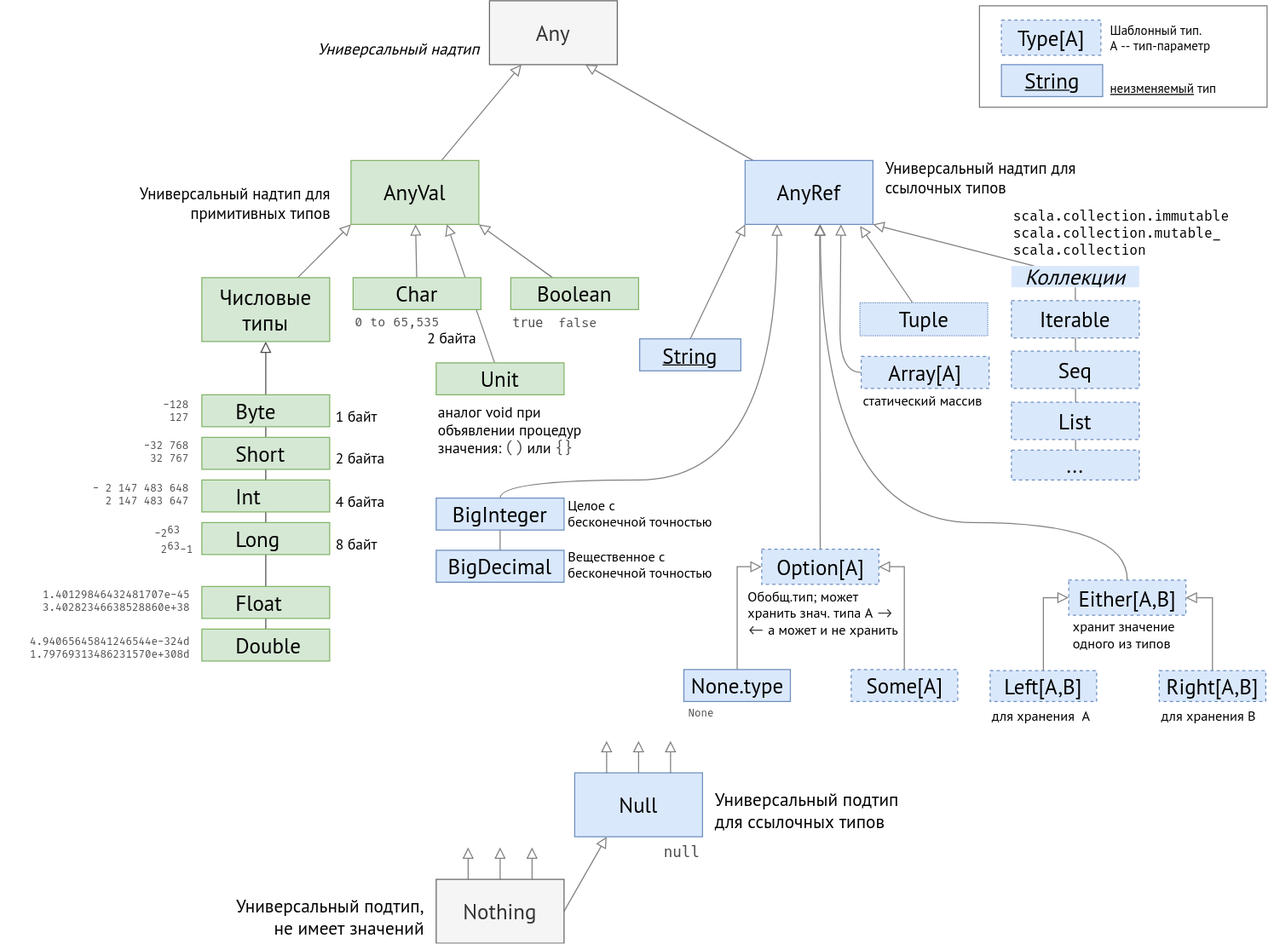
ivtipm/BigDataLanguages keeps this draw.io diagram as scala/ScalaTypes.drawio.png. Above is the earlier version. Source tidied: cells renumbered, new cells last; positions are measured from the earlier drawing's top-left corner, leaving out a move shared by most shapes.
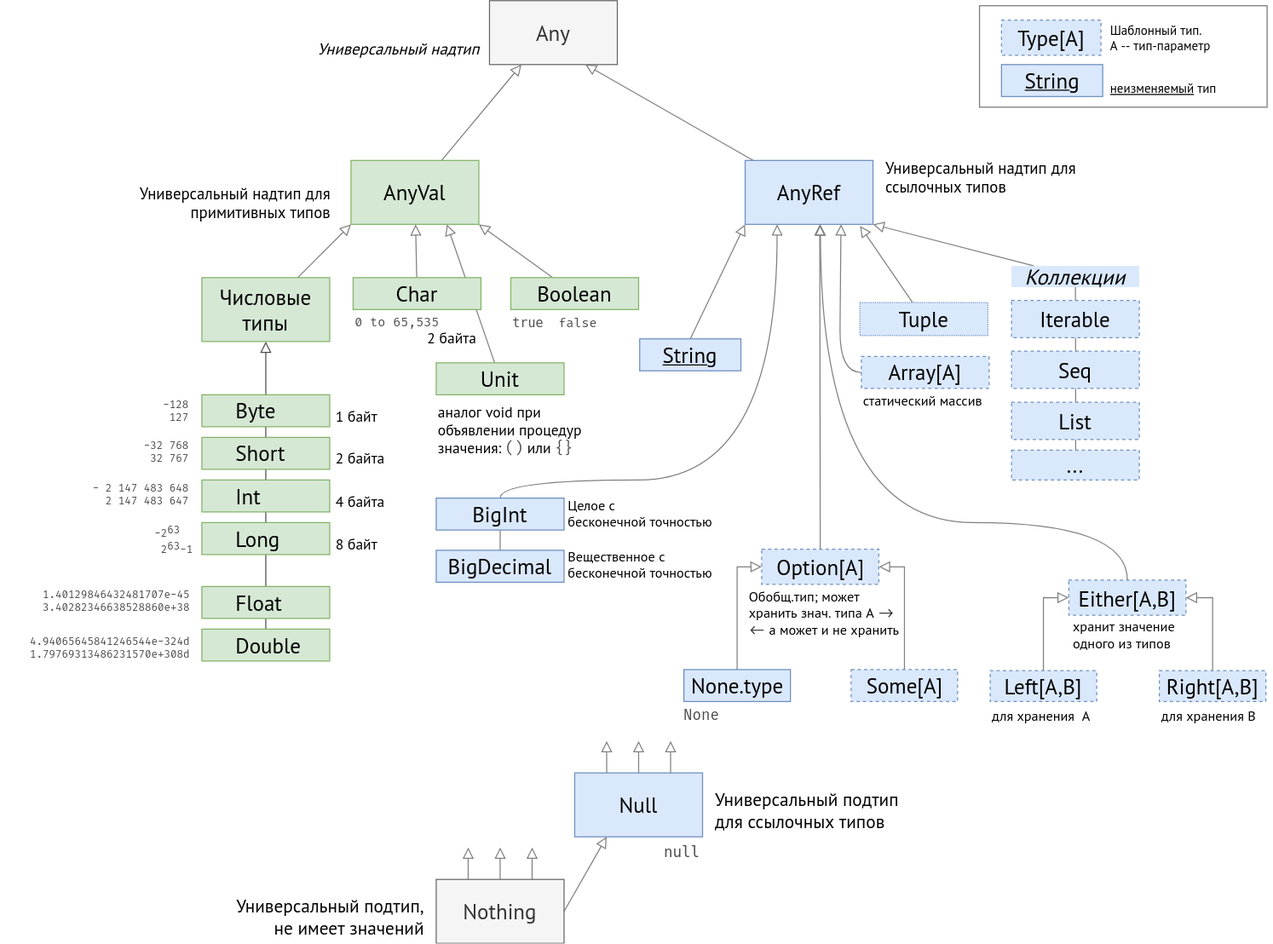
After the commit.

Commit message:
upd: scala data types diagr

What changed in the source:
```diff
@@ -257,8 +257,8 @@
     <mxCell id="76" value="Array[A]" style="whiteSpace=wrap;html=1;strokeColor=#6c8ebf;fontFamily=PT Sans;fontSource=https%3A%2F%2Ffonts.googleapis.com%2Fcss%3Ffamily%3DPT%2BSans;fontSize=20;fillColor=#dae8fc;dashed=1;" parent="1" vertex="1">
       <mxGeometry x="808" y="334" width="120" height="30" as="geometry" />
     </mxCell>
-    <mxCell id="77" value="None" style="text;whiteSpace=wrap;html=1;fontSize=10;fontFamily=Fira Code;fontColor=#4D4D4D;align=right;" parent="1" vertex="1">
-      <mxGeometry x="641.5" y="656" width="30" height="20" as="geometry" />
+    <mxCell id="77" value="None" style="text;whiteSpace=wrap;html=1;fontSize=14;fontFamily=Fira Code;fontColor=#4D4D4D;align=right;" parent="1" vertex="1">
+      <mxGeometry x="642.5" y="656" width="33.5" height="24" as="geometry" />
     </mxCell>
     <mxCell id="78" value="Either[A,B]" style="whiteSpace=wrap;html=1;strokeColor=#6c8ebf;fontFamily=PT Sans;fontSource=https%3A%2F%2Ffonts.googleapis.com%2Fcss%3Ffamily%3DPT%2BSans;fontSize=20;fillColor=#dae8fc;dashed=1;" parent="1" vertex="1">
       <mxGeometry x="1002.8" y="544" width="110" height="33" as="geometry" />
@@ -298,7 +298,7 @@
         </Array>
       </mxGeometry>
     </mxCell>
-    <mxCell id="89" value="BigInteger" style="whiteSpace=wrap;html=1;strokeColor=#6c8ebf;fontFamily=PT Sans;fontSource=https%3A%2F%2Ffonts.googleapis.com%2Fcss%3Ffamily%3DPT%2BSans;fontSize=20;fillColor=#dae8fc;" parent="1" vertex="1">
+    <mxCell id="89" value="BigInt" style="whiteSpace=wrap;html=1;strokeColor=#6c8ebf;fontFamily=PT Sans;fontSource=https%3A%2F%2Ffonts.googleapis.com%2Fcss%3Ffamily%3DPT%2BSans;fontSize=20;fillColor=#dae8fc;" parent="1" vertex="1">
       <mxGeometry x="409" y="467" width="120" height="30" as="geometry" />
     </mxCell>
     <mxCell id="90" value="Целое с &lt;br style=&quot;font-size: 13px;&quot;&gt;бесконечной точностью" style="text;whiteSpace=wrap;html=1;fontSize=13;fontFamily=PT Sans;fontColor=default;verticalAlign=middle;align=left;shadow=0;" parent="1" vertex="1">
@@ -325,8 +325,5 @@
     <mxCell id="97" value="..." style="whiteSpace=wrap;html=1;strokeColor=#6c8ebf;fontFamily=PT Sans;fontSource=https%3A%2F%2Ffonts.googleapis.com%2Fcss%3Ffamily%3DPT%2BSans;fontSize=20;fillColor=#dae8fc;rotation=0;dashed=1;" parent="1" vertex="1">
       <mxGeometry x="949" y="422" width="120" height="28" as="geometry" />
     </mxCell>
-    <mxCell id="98" value="&lt;font face=&quot;Fira Code&quot;&gt;scala.collection.immutable&lt;/font&gt;&lt;div&gt;&lt;font face=&quot;Fira Code&quot;&gt;scala.collection.mutable_&lt;/font&gt;&lt;/div&gt;&lt;div&gt;&lt;font face=&quot;Fira Code&quot;&gt;scala.collection&lt;/font&gt;&lt;/div&gt;" style="text;whiteSpace=wrap;html=1;fontSize=13;fontFamily=PT Sans;fontColor=default;verticalAlign=middle;align=left;" parent="1" vertex="1">
-      <mxGeometry x="949" y="200" width="106.2" height="36" as="geometry" />
-    </mxCell>
   </root>
 </mxGraphModel>
```
